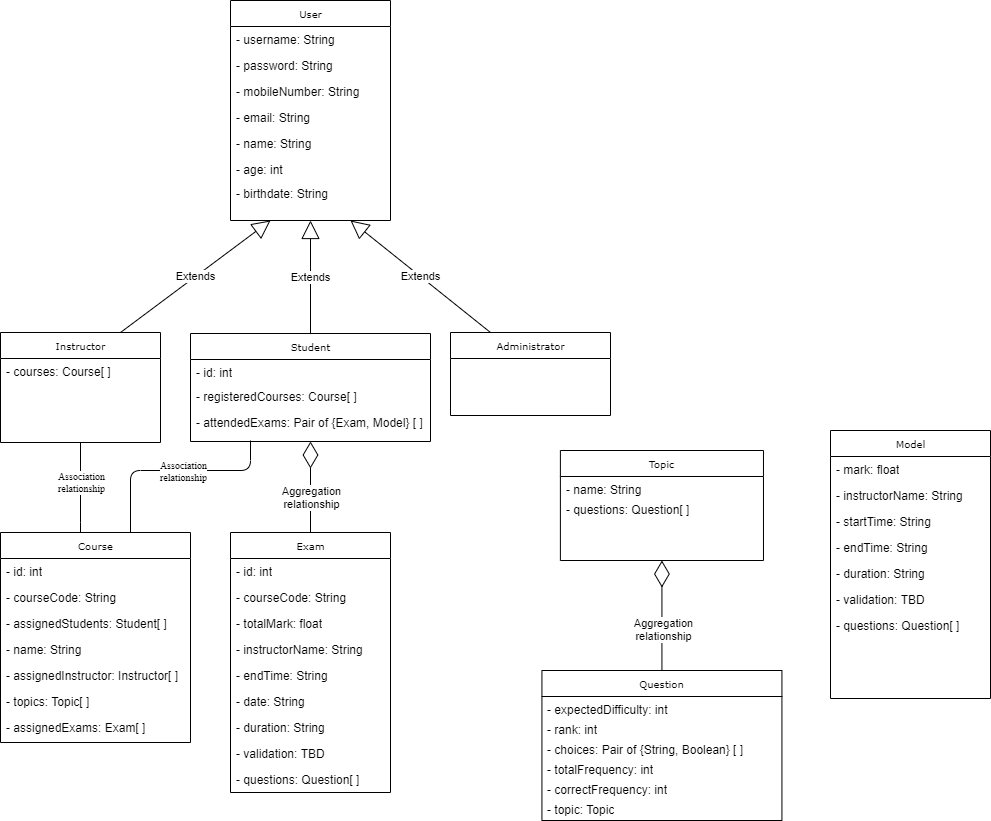
Before: UML.png, a diagram exported from draw.io (aymanred121/Examination-Management-System). Source tidied: cells renumbered, new cells last; positions are measured from the earlier drawing's top-left corner, leaving out a move shared by most shapes.
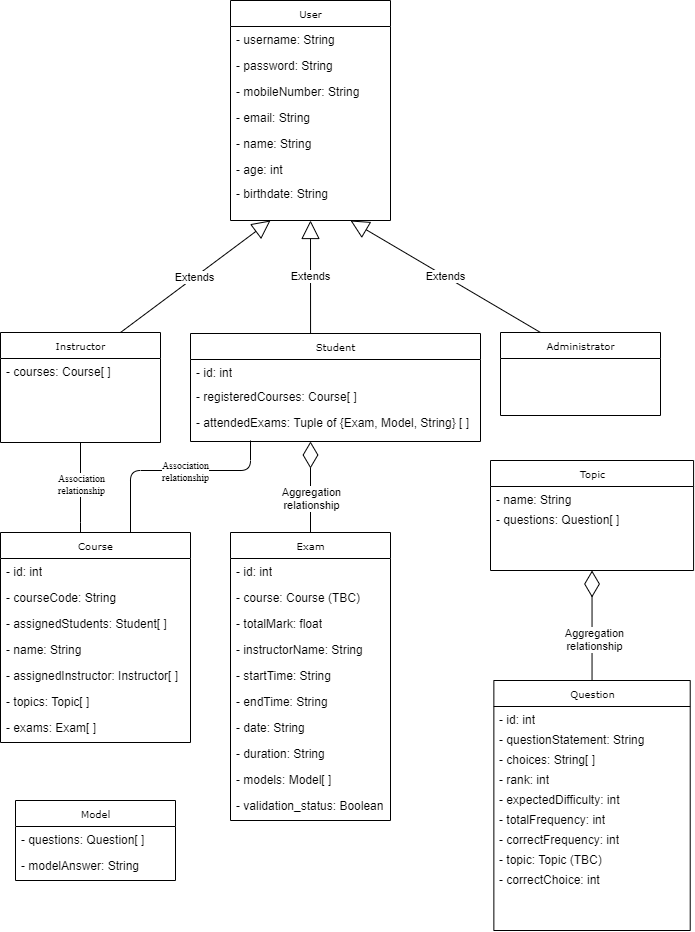
The same file after the commit.

The edit, as a diff of the source:
```diff
@@ -3,12 +3,12 @@
     <mxCell id="0" />
     <mxCell id="1" parent="0" />
     <mxCell id="2" value="Exam" style="swimlane;html=1;fontStyle=0;horizontal=1;startSize=26;fillColor=none;swimlaneFillColor=#ffffff;rounded=0;shadow=0;comic=0;labelBackgroundColor=none;strokeWidth=1;fontFamily=Verdana;fontSize=10;align=center;" parent="1" vertex="1">
-      <mxGeometry x="230" y="532" width="160" height="260" as="geometry" />
+      <mxGeometry x="230" y="532" width="160" height="288" as="geometry" />
     </mxCell>
     <mxCell id="3" value="- id: int" style="text;html=1;strokeColor=none;fillColor=none;align=left;verticalAlign=top;spacingLeft=4;spacingRight=4;whiteSpace=wrap;overflow=hidden;" parent="2" vertex="1">
       <mxGeometry y="26" width="160" height="26" as="geometry" />
     </mxCell>
-    <mxCell id="4" value="- courseCode: String" style="text;html=1;strokeColor=none;fillColor=none;align=left;verticalAlign=top;spacingLeft=4;spacingRight=4;whiteSpace=wrap;overflow=hidden;" parent="2" vertex="1">
+    <mxCell id="4" value="- course: Course (TBC)" style="text;html=1;strokeColor=none;fillColor=none;align=left;verticalAlign=top;spacingLeft=4;spacingRight=4;whiteSpace=wrap;overflow=hidden;" parent="2" vertex="1">
       <mxGeometry y="52" width="160" height="26" as="geometry" />
     </mxCell>
     <mxCell id="5" value="- totalMark: float" style="text;html=1;strokeColor=none;fillColor=none;align=left;verticalAlign=top;spacingLeft=4;spacingRight=4;whiteSpace=wrap;overflow=hidden;" parent="2" vertex="1">
@@ -17,21 +17,24 @@
     <mxCell id="6" value="- instructorName: String" style="text;html=1;strokeColor=none;fillColor=none;align=left;verticalAlign=top;spacingLeft=4;spacingRight=4;whiteSpace=wrap;overflow=hidden;" parent="2" vertex="1">
       <mxGeometry y="104" width="160" height="26" as="geometry" />
     </mxCell>
-    <mxCell id="7" value="- endTime: String" style="text;html=1;strokeColor=none;fillColor=none;align=left;verticalAlign=top;spacingLeft=4;spacingRight=4;whiteSpace=wrap;overflow=hidden;" parent="2" vertex="1">
+    <mxCell id="7" value="- startTime: String" style="text;html=1;strokeColor=none;fillColor=none;align=left;verticalAlign=top;spacingLeft=4;spacingRight=4;whiteSpace=wrap;overflow=hidden;" parent="2" vertex="1">
       <mxGeometry y="130" width="160" height="26" as="geometry" />
     </mxCell>
+    <mxCell id="60" value="- endTime: String" style="text;html=1;strokeColor=none;fillColor=none;align=left;verticalAlign=top;spacingLeft=4;spacingRight=4;whiteSpace=wrap;overflow=hidden;" parent="2" vertex="1">
+      <mxGeometry y="156" width="160" height="26" as="geometry" />
+    </mxCell>
     <mxCell id="8" value="- date: String" style="text;html=1;strokeColor=none;fillColor=none;align=left;verticalAlign=top;spacingLeft=4;spacingRight=4;whiteSpace=wrap;overflow=hidden;" parent="2" vertex="1">
-      <mxGeometry y="156" width="160" height="26" as="geometry" />
+      <mxGeometry y="182" width="160" height="26" as="geometry" />
     </mxCell>
     <mxCell id="9" value="- duration: String" style="text;html=1;strokeColor=none;fillColor=none;align=left;verticalAlign=top;spacingLeft=4;spacingRight=4;whiteSpace=wrap;overflow=hidden;" parent="2" vertex="1">
-      <mxGeometry y="182" width="160" height="26" as="geometry" />
+      <mxGeometry y="208" width="160" height="26" as="geometry" />
     </mxCell>
-    <mxCell id="10" value="- validation: TBD" style="text;html=1;strokeColor=none;fillColor=none;align=left;verticalAlign=top;spacingLeft=4;spacingRight=4;whiteSpace=wrap;overflow=hidden;" parent="2" vertex="1">
-      <mxGeometry y="208" width="160" height="26" as="geometry" />
-    </mxCell>
-    <mxCell id="11" value="- questions: Question[ ]" style="text;html=1;strokeColor=none;fillColor=none;align=left;verticalAlign=top;spacingLeft=4;spacingRight=4;whiteSpace=wrap;overflow=hidden;" parent="2" vertex="1">
-      <mxGeometry y="234" width="160" height="26" as="geometry" />
-    </mxCell>
+    <mxCell id="64" value="- models: Model[ ]" style="text;html=1;strokeColor=none;fillColor=none;align=left;verticalAlign=top;spacingLeft=4;spacingRight=4;whiteSpace=wrap;overflow=hidden;" parent="2" vertex="1">
+      <mxGeometry y="234" width="160" height="26" as="geometry" />
+    </mxCell>
+    <mxCell id="65" value="- validation_status: Boolean" style="text;html=1;strokeColor=none;fillColor=none;align=left;verticalAlign=top;spacingLeft=4;spacingRight=4;whiteSpace=wrap;overflow=hidden;" parent="2" vertex="1">
+      <mxGeometry y="260" width="160" height="26" as="geometry" />
+    </mxCell>
     <mxCell id="12" value="User" style="swimlane;html=1;fontStyle=0;horizontal=1;startSize=26;fillColor=none;swimlaneFillColor=#ffffff;rounded=0;shadow=0;comic=0;labelBackgroundColor=none;strokeWidth=1;fontFamily=Verdana;fontSize=10;align=center;" parent="1" vertex="1">
       <mxGeometry x="230" width="160" height="220" as="geometry" />
     </mxCell>
@@ -63,7 +66,7 @@
       <mxGeometry y="26" width="160" height="26" as="geometry" />
     </mxCell>
     <mxCell id="22" value="Administrator" style="swimlane;html=1;fontStyle=0;horizontal=1;startSize=26;fillColor=none;swimlaneFillColor=#ffffff;rounded=0;shadow=0;comic=0;labelBackgroundColor=none;strokeWidth=1;fontFamily=Verdana;fontSize=10;align=center;" parent="1" vertex="1">
-      <mxGeometry x="450" y="332" width="160" height="83" as="geometry" />
+      <mxGeometry x="500" y="332" width="160" height="83" as="geometry" />
     </mxCell>
     <mxCell id="23" value="Course" style="swimlane;html=1;fontStyle=0;horizontal=1;startSize=26;fillColor=none;swimlaneFillColor=#ffffff;rounded=0;shadow=0;comic=0;labelBackgroundColor=none;strokeWidth=1;fontFamily=Verdana;fontSize=10;align=center;" parent="1" vertex="1">
       <mxGeometry y="532" width="190" height="210" as="geometry" />
@@ -86,20 +89,20 @@
     <mxCell id="29" value="- topics: Topic[ ]" style="text;html=1;strokeColor=none;fillColor=none;align=left;verticalAlign=top;spacingLeft=4;spacingRight=4;whiteSpace=wrap;overflow=hidden;" parent="23" vertex="1">
       <mxGeometry y="156" width="190" height="26" as="geometry" />
     </mxCell>
-    <mxCell id="30" value="- assignedExams: Exam[ ]" style="text;html=1;strokeColor=none;fillColor=none;align=left;verticalAlign=top;spacingLeft=4;spacingRight=4;whiteSpace=wrap;overflow=hidden;" parent="23" vertex="1">
+    <mxCell id="30" value="- exams: Exam[ ]" style="text;html=1;strokeColor=none;fillColor=none;align=left;verticalAlign=top;spacingLeft=4;spacingRight=4;whiteSpace=wrap;overflow=hidden;" parent="23" vertex="1">
       <mxGeometry y="182" width="190" height="28" as="geometry" />
     </mxCell>
     <mxCell id="31" value="Student" style="swimlane;html=1;fontStyle=0;horizontal=1;startSize=26;fillColor=none;swimlaneFillColor=#ffffff;rounded=0;shadow=0;comic=0;labelBackgroundColor=none;strokeWidth=1;fontFamily=Verdana;fontSize=10;align=center;" parent="1" vertex="1">
-      <mxGeometry x="190" y="333" width="240" height="108" as="geometry" />
+      <mxGeometry x="190" y="333" width="290" height="108" as="geometry" />
     </mxCell>
     <mxCell id="32" value="- id: int" style="text;html=1;strokeColor=none;fillColor=none;align=left;verticalAlign=top;spacingLeft=4;spacingRight=4;whiteSpace=wrap;overflow=hidden;" parent="31" vertex="1">
-      <mxGeometry y="26" width="240" height="24" as="geometry" />
+      <mxGeometry y="26" width="290" height="24" as="geometry" />
     </mxCell>
     <mxCell id="33" value="- registeredCourses: Course[ ]" style="text;html=1;strokeColor=none;fillColor=none;align=left;verticalAlign=top;spacingLeft=4;spacingRight=4;whiteSpace=wrap;overflow=hidden;" parent="31" vertex="1">
-      <mxGeometry y="50" width="240" height="26" as="geometry" />
+      <mxGeometry y="50" width="290" height="26" as="geometry" />
     </mxCell>
-    <mxCell id="34" value="- attendedExams: Pair of {Exam, Model} [ ]" style="text;html=1;strokeColor=none;fillColor=none;align=left;verticalAlign=top;spacingLeft=4;spacingRight=4;whiteSpace=wrap;overflow=hidden;" parent="31" vertex="1">
-      <mxGeometry y="76" width="240" height="26" as="geometry" />
+    <mxCell id="34" value="- attendedExams: Tuple of {Exam, Model, String} [ ]" style="text;html=1;strokeColor=none;fillColor=none;align=left;verticalAlign=top;spacingLeft=4;spacingRight=4;whiteSpace=wrap;overflow=hidden;" parent="31" vertex="1">
+      <mxGeometry y="76" width="290" height="26" as="geometry" />
     </mxCell>
     <mxCell id="35" value="Extends" style="endArrow=block;endSize=16;endFill=0;html=1;entryX=0.25;entryY=1;entryDx=0;entryDy=0;exitX=0.75;exitY=0;exitDx=0;exitDy=0;" parent="1" edge="1" source="20" target="12">
       <mxGeometry relative="1" as="geometry" />
@@ -107,7 +110,7 @@
     <mxCell id="36" value="Extends" style="endArrow=block;endSize=16;endFill=0;html=1;entryX=0.75;entryY=1;entryDx=0;entryDy=0;exitX=0.25;exitY=0;exitDx=0;exitDy=0;" parent="1" edge="1" source="22" target="12">
       <mxGeometry relative="1" as="geometry" />
     </mxCell>
-    <mxCell id="37" value="Extends" style="endArrow=block;endSize=16;endFill=0;html=1;exitX=0.5;exitY=0;exitDx=0;exitDy=0;entryX=0.5;entryY=1;entryDx=0;entryDy=0;" parent="1" edge="1" source="31" target="12">
+    <mxCell id="37" value="Extends" style="endArrow=block;endSize=16;endFill=0;html=1;entryX=0.5;entryY=1;entryDx=0;entryDy=0;exitX=0.414;exitY=0.002;exitDx=0;exitDy=0;exitPerimeter=0;" parent="1" edge="1" source="31" target="12">
       <mxGeometry relative="1" as="geometry" />
     </mxCell>
     <mxCell id="38" style="endArrow=none;html=1;edgeStyle=orthogonalEdgeStyle;exitX=0.5;exitY=1;exitDx=0;exitDy=0;" parent="1" edge="1" source="20">
@@ -123,33 +126,44 @@
         <mxPoint y="-16.6" as="offset" />
       </mxGeometry>
     </mxCell>
-    <mxCell id="40" style="endArrow=diamondThin;endFill=0;endSize=24;html=1;exitX=0.5;exitY=0;exitDx=0;exitDy=0;entryX=0.5;entryY=1;entryDx=0;entryDy=0;" parent="1" edge="1" source="2" target="31">
-      <mxGeometry relative="1" as="geometry" />
+    <mxCell id="40" style="endArrow=diamondThin;endFill=0;endSize=24;html=1;exitX=0.5;exitY=0;exitDx=0;exitDy=0;" parent="1" edge="1" source="2">
+      <mxGeometry relative="1" as="geometry">
+        <mxPoint x="310" y="441" as="targetPoint" />
+      </mxGeometry>
     </mxCell>
     <mxCell id="41" value="Aggregation&lt;br&gt;relationship" style="edgeLabel;html=1;align=center;verticalAlign=middle;" parent="40" vertex="1">
       <mxGeometry x="-0.21" relative="1" as="geometry" />
     </mxCell>
     <mxCell id="42" value="Question" style="swimlane;html=1;fontStyle=0;horizontal=1;startSize=26;fillColor=none;swimlaneFillColor=#ffffff;rounded=0;shadow=0;comic=0;labelBackgroundColor=none;strokeWidth=1;fontFamily=Verdana;fontSize=10;align=center;" parent="1" vertex="1">
-      <mxGeometry x="541.4" y="670" width="240" height="150" as="geometry" />
+      <mxGeometry x="493.4" y="680" width="196.4" height="250" as="geometry" />
     </mxCell>
+    <mxCell id="66" value="- id: int" style="text;html=1;strokeColor=none;fillColor=none;align=left;verticalAlign=top;spacingLeft=4;spacingRight=4;whiteSpace=wrap;overflow=hidden;" parent="42" vertex="1">
+      <mxGeometry y="26" width="196.4" height="20" as="geometry" />
+    </mxCell>
+    <mxCell id="67" value="- questionStatement: String" style="text;html=1;strokeColor=none;fillColor=none;align=left;verticalAlign=top;spacingLeft=4;spacingRight=4;whiteSpace=wrap;overflow=hidden;" parent="42" vertex="1">
+      <mxGeometry y="46" width="196.4" height="20" as="geometry" />
+    </mxCell>
+    <mxCell id="45" value="- choices: String[ ]" style="text;html=1;strokeColor=none;fillColor=none;align=left;verticalAlign=top;spacingLeft=4;spacingRight=4;whiteSpace=wrap;overflow=hidden;" parent="42" vertex="1">
+      <mxGeometry y="66" width="196.4" height="20" as="geometry" />
+    </mxCell>
+    <mxCell id="44" value="- rank: int" style="text;html=1;strokeColor=none;fillColor=none;align=left;verticalAlign=top;spacingLeft=4;spacingRight=4;whiteSpace=wrap;overflow=hidden;" parent="42" vertex="1">
+      <mxGeometry y="86" width="196.4" height="20" as="geometry" />
+    </mxCell>
     <mxCell id="43" value="- expectedDifficulty: int" style="text;html=1;strokeColor=none;fillColor=none;align=left;verticalAlign=top;spacingLeft=4;spacingRight=4;whiteSpace=wrap;overflow=hidden;" parent="42" vertex="1">
-      <mxGeometry y="26" width="240" height="20" as="geometry" />
+      <mxGeometry y="106" width="196.4" height="20" as="geometry" />
     </mxCell>
-    <mxCell id="44" value="- rank: int" style="text;html=1;strokeColor=none;fillColor=none;align=left;verticalAlign=top;spacingLeft=4;spacingRight=4;whiteSpace=wrap;overflow=hidden;" parent="42" vertex="1">
-      <mxGeometry y="46" width="240" height="20" as="geometry" />
-    </mxCell>
-    <mxCell id="45" value="- choices: Pair of {String, Boolean} [ ]&amp;nbsp;" style="text;html=1;strokeColor=none;fillColor=none;align=left;verticalAlign=top;spacingLeft=4;spacingRight=4;whiteSpace=wrap;overflow=hidden;" parent="42" vertex="1">
-      <mxGeometry y="66" width="240" height="20" as="geometry" />
-    </mxCell>
     <mxCell id="46" value="- totalFrequency: int" style="text;html=1;strokeColor=none;fillColor=none;align=left;verticalAlign=top;spacingLeft=4;spacingRight=4;whiteSpace=wrap;overflow=hidden;" parent="42" vertex="1">
-      <mxGeometry y="86" width="240" height="20" as="geometry" />
+      <mxGeometry y="126" width="196.4" height="20" as="geometry" />
     </mxCell>
     <mxCell id="47" value="- correctFrequency: int" style="text;html=1;strokeColor=none;fillColor=none;align=left;verticalAlign=top;spacingLeft=4;spacingRight=4;whiteSpace=wrap;overflow=hidden;" parent="42" vertex="1">
-      <mxGeometry y="106" width="240" height="20" as="geometry" />
+      <mxGeometry y="146" width="196.4" height="20" as="geometry" />
     </mxCell>
-    <mxCell id="48" value="- topic: Topic" style="text;html=1;strokeColor=none;fillColor=none;align=left;verticalAlign=top;spacingLeft=4;spacingRight=4;whiteSpace=wrap;overflow=hidden;" parent="42" vertex="1">
-      <mxGeometry y="126" width="240" height="20" as="geometry" />
+    <mxCell id="48" value="- topic: Topic (TBC)&lt;br&gt;" style="text;html=1;strokeColor=none;fillColor=none;align=left;verticalAlign=top;spacingLeft=4;spacingRight=4;whiteSpace=wrap;overflow=hidden;" parent="42" vertex="1">
+      <mxGeometry y="166" width="196.4" height="20" as="geometry" />
     </mxCell>
+    <mxCell id="68" value="- correctChoice: int" style="text;html=1;strokeColor=none;fillColor=none;align=left;verticalAlign=top;spacingLeft=4;spacingRight=4;whiteSpace=wrap;overflow=hidden;" parent="42" vertex="1">
+      <mxGeometry y="186" width="196.4" height="20" as="geometry" />
+    </mxCell>
     <mxCell id="49" style="endArrow=diamondThin;endFill=0;endSize=24;html=1;exitX=0.5;exitY=0;exitDx=0;exitDy=0;entryX=0.5;entryY=1;entryDx=0;entryDy=0;" parent="1" edge="1" source="42" target="53">
       <mxGeometry relative="1" as="geometry" />
     </mxCell>
@@ -172,7 +186,7 @@
       </mxGeometry>
     </mxCell>
     <mxCell id="53" value="Topic" style="swimlane;html=1;fontStyle=0;horizontal=1;startSize=26;fillColor=none;swimlaneFillColor=#ffffff;rounded=0;shadow=0;comic=0;labelBackgroundColor=none;strokeWidth=1;fontFamily=Verdana;fontSize=10;align=center;" parent="1" vertex="1">
-      <mxGeometry x="559.9" y="450" width="203.1" height="110" as="geometry" />
+      <mxGeometry x="490" y="460" width="203.1" height="110" as="geometry" />
     </mxCell>
     <mxCell id="54" value="- name: String" style="text;html=1;strokeColor=none;fillColor=none;align=left;verticalAlign=top;spacingLeft=4;spacingRight=4;whiteSpace=wrap;overflow=hidden;" parent="53" vertex="1">
       <mxGeometry y="26" width="203.1" height="20" as="geometry" />
@@ -181,28 +195,13 @@
       <mxGeometry y="46" width="203.1" height="20" as="geometry" />
     </mxCell>
     <mxCell id="56" value="Model" style="swimlane;html=1;fontStyle=0;horizontal=1;startSize=26;fillColor=none;swimlaneFillColor=#ffffff;rounded=0;shadow=0;comic=0;labelBackgroundColor=none;strokeWidth=1;fontFamily=Verdana;fontSize=10;align=center;" parent="1" vertex="1">
-      <mxGeometry x="830" y="430" width="160" height="268" as="geometry" />
+      <mxGeometry x="15" y="800" width="160" height="80" as="geometry" />
     </mxCell>
-    <mxCell id="57" value="- mark: float" style="text;html=1;strokeColor=none;fillColor=none;align=left;verticalAlign=top;spacingLeft=4;spacingRight=4;whiteSpace=wrap;overflow=hidden;" parent="56" vertex="1">
-      <mxGeometry y="26" width="160" height="26" as="geometry" />
-    </mxCell>
-    <mxCell id="58" value="- instructorName: String" style="text;html=1;strokeColor=none;fillColor=none;align=left;verticalAlign=top;spacingLeft=4;spacingRight=4;whiteSpace=wrap;overflow=hidden;" parent="56" vertex="1">
-      <mxGeometry y="52" width="160" height="26" as="geometry" />
-    </mxCell>
-    <mxCell id="59" value="- startTime: String" style="text;html=1;strokeColor=none;fillColor=none;align=left;verticalAlign=top;spacingLeft=4;spacingRight=4;whiteSpace=wrap;overflow=hidden;" parent="56" vertex="1">
-      <mxGeometry y="78" width="160" height="26" as="geometry" />
-    </mxCell>
-    <mxCell id="60" value="- endTime: String" style="text;html=1;strokeColor=none;fillColor=none;align=left;verticalAlign=top;spacingLeft=4;spacingRight=4;whiteSpace=wrap;overflow=hidden;" parent="56" vertex="1">
-      <mxGeometry y="104" width="160" height="26" as="geometry" />
-    </mxCell>
-    <mxCell id="61" value="- duration: String" style="text;html=1;strokeColor=none;fillColor=none;align=left;verticalAlign=top;spacingLeft=4;spacingRight=4;whiteSpace=wrap;overflow=hidden;" parent="56" vertex="1">
-      <mxGeometry y="130" width="160" height="26" as="geometry" />
-    </mxCell>
-    <mxCell id="62" value="- validation: TBD" style="text;html=1;strokeColor=none;fillColor=none;align=left;verticalAlign=top;spacingLeft=4;spacingRight=4;whiteSpace=wrap;overflow=hidden;" parent="56" vertex="1">
-      <mxGeometry y="156" width="160" height="26" as="geometry" />
-    </mxCell>
     <mxCell id="63" value="- questions: Question[ ]" style="text;html=1;strokeColor=none;fillColor=none;align=left;verticalAlign=top;spacingLeft=4;spacingRight=4;whiteSpace=wrap;overflow=hidden;" parent="56" vertex="1">
-      <mxGeometry y="182" width="160" height="26" as="geometry" />
+      <mxGeometry y="26" width="160" height="26" as="geometry" />
     </mxCell>
+    <mxCell id="69" value="- modelAnswer: String" style="text;html=1;strokeColor=none;fillColor=none;align=left;verticalAlign=top;spacingLeft=4;spacingRight=4;whiteSpace=wrap;overflow=hidden;" parent="56" vertex="1">
+      <mxGeometry y="52" width="160" height="26" as="geometry" />
+    </mxCell>
   </root>
 </mxGraphModel>
```
